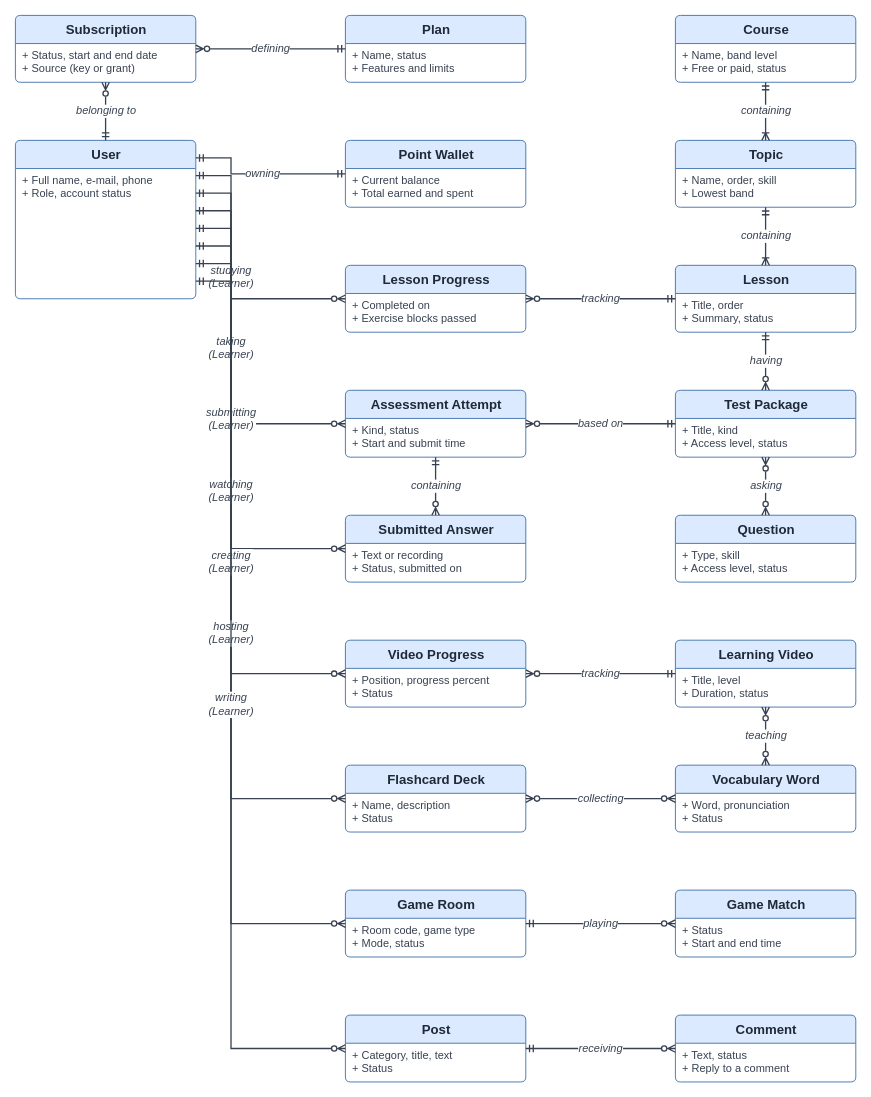
Before: report-3-software-requirement-specification/diagrams/erd/erd-01-overview.drawio in IeltsPath-Platform/report, a draw.io diagram. Source tidied: cells renumbered, new cells numbered last; positions are measured from the earlier drawing's top-left corner, leaving out a move shared by most shapes. Both pictures are drawn from the tidied source at 88%, with x=0, y=0 at pixel (15, 15).
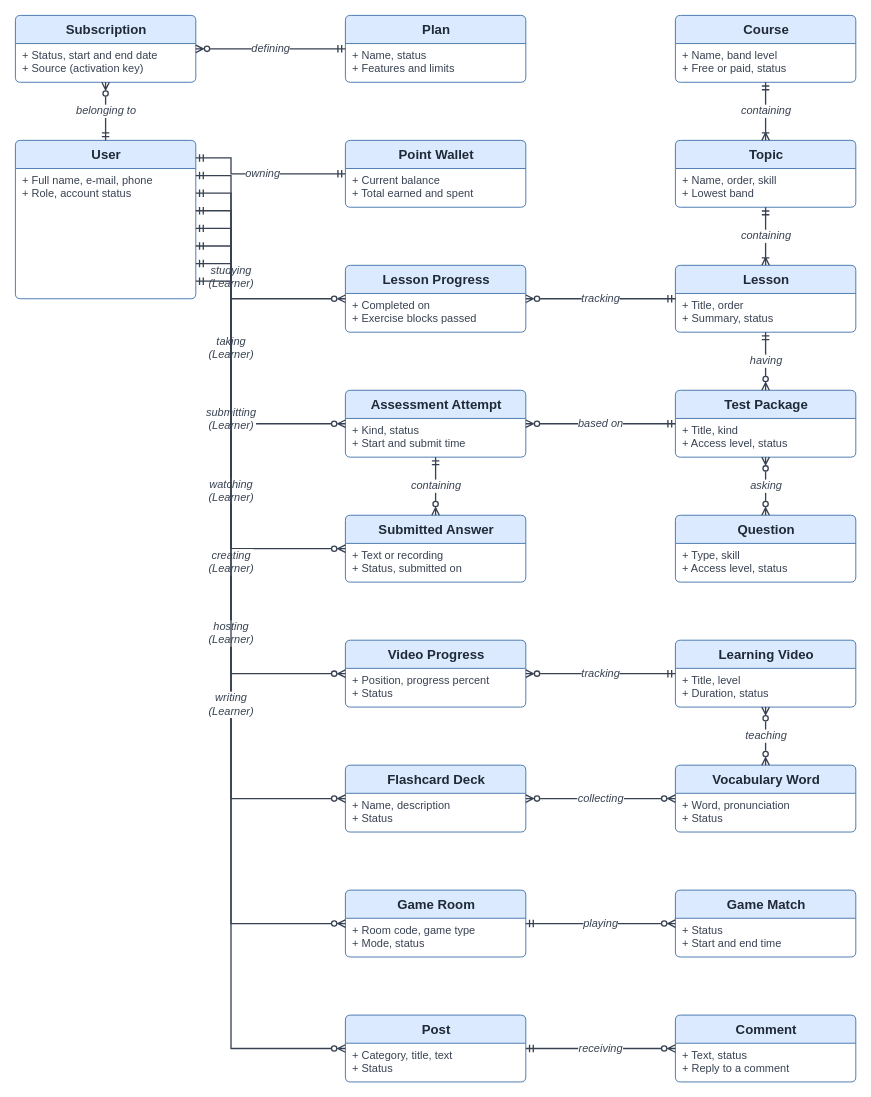
The same diagram, later.

The change refers to these unchanged cells:
```xml
<mxCell id="4" value="Subscription" style="swimlane;html=1;startSize=32;fillColor=#dbeafe;strokeColor=#3b6ea8;fontColor=#1f2937;fontStyle=1;fontSize=15;rounded=1;arcSize=6;swimlaneFillColor=#ffffff;" parent="1" vertex="1">
  <mxGeometry width="205" height="76" as="geometry" />
</mxCell>
```

Change to the diagram source:
```diff
@@
-    <mxCell id="5" value="+ Status, start and end date&lt;br&gt;+ Source (key or grant)" style="text;html=1;align=left;verticalAlign=top;whiteSpace=wrap;fontSize=12.5;fontColor=#374151;spacingLeft=6;" parent="4" vertex="1">
+    <mxCell id="5" value="+ Status, start and end date&lt;br&gt;+ Source (activation key)" style="text;html=1;align=left;verticalAlign=top;whiteSpace=wrap;fontSize=12.5;fontColor=#374151;spacingLeft=6;" parent="4" vertex="1">
       <mxGeometry y="32" width="205" height="44" as="geometry" />
     </mxCell>
```
